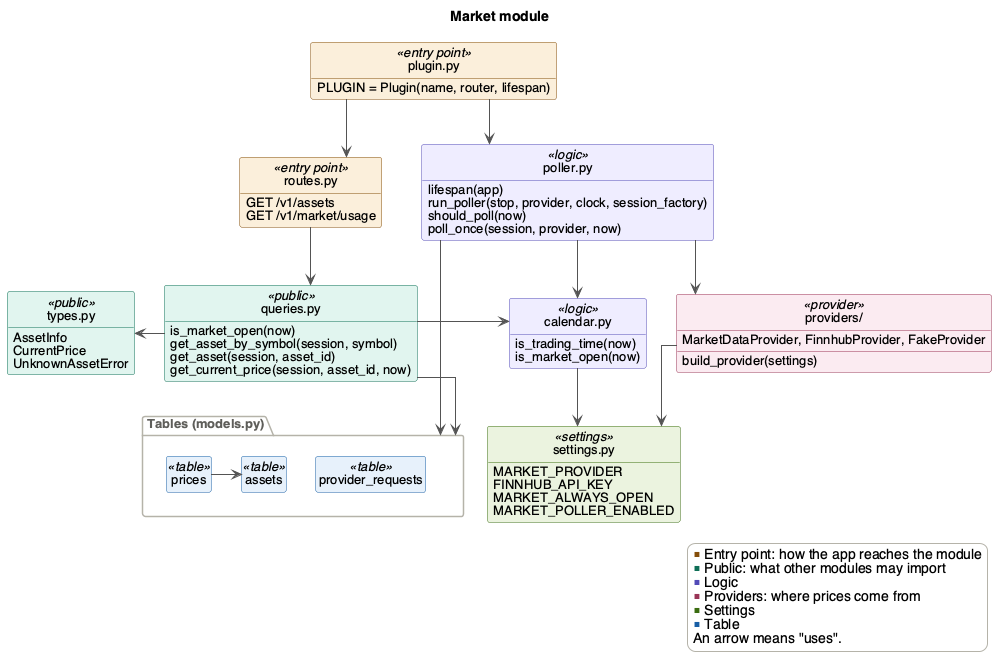
This is docs/Design/SoftArchitecture/figures/market.png from davislenover/BurnNEarn, a PlantUML export, as it was before one commit.
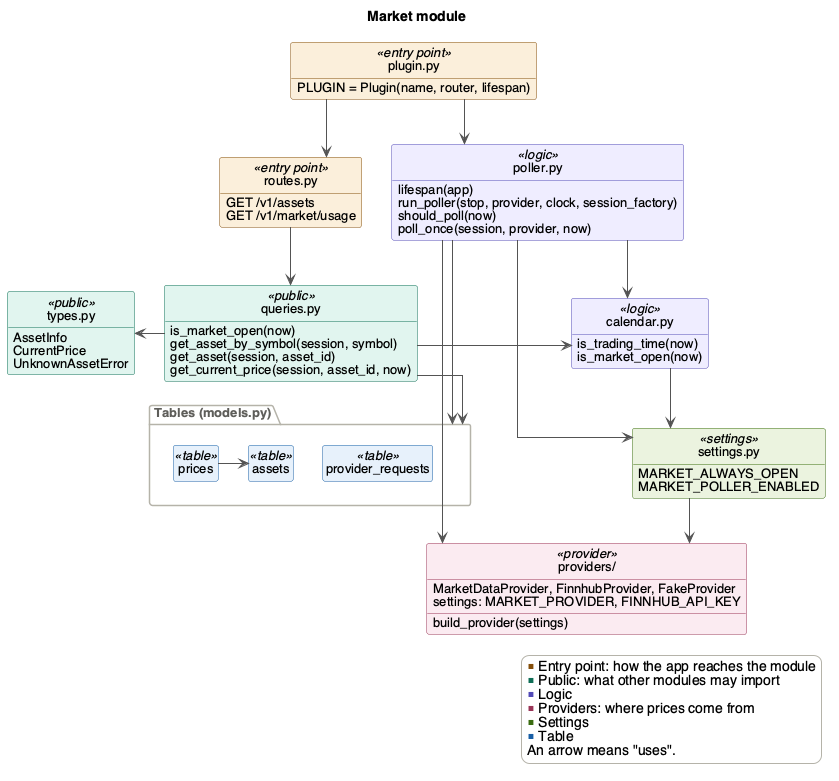
After the commit.

Commit message:
Move the provider settings into providers so they don't depend on market (#187)

Change to the diagram source:
```diff
@@ -35,10 +35,9 @@
 class "providers/" as providers <<provider>> {
   build_provider(settings)
   MarketDataProvider, FinnhubProvider, FakeProvider
+  settings: MARKET_PROVIDER, FINNHUB_API_KEY
 }
 class "settings.py" as settings <<settings>> {
-  MARKET_PROVIDER
-  FINNHUB_API_KEY
   MARKET_ALWAYS_OPEN
   MARKET_POLLER_ENABLED
 }
@@ -57,7 +56,8 @@
 poller --> calendar
 poller --> providers
 calendar --> settings
-providers --> settings
+poller --> settings
+settings --> providers
 queries --> tables
 poller --> tables
 prices -> assets
```
